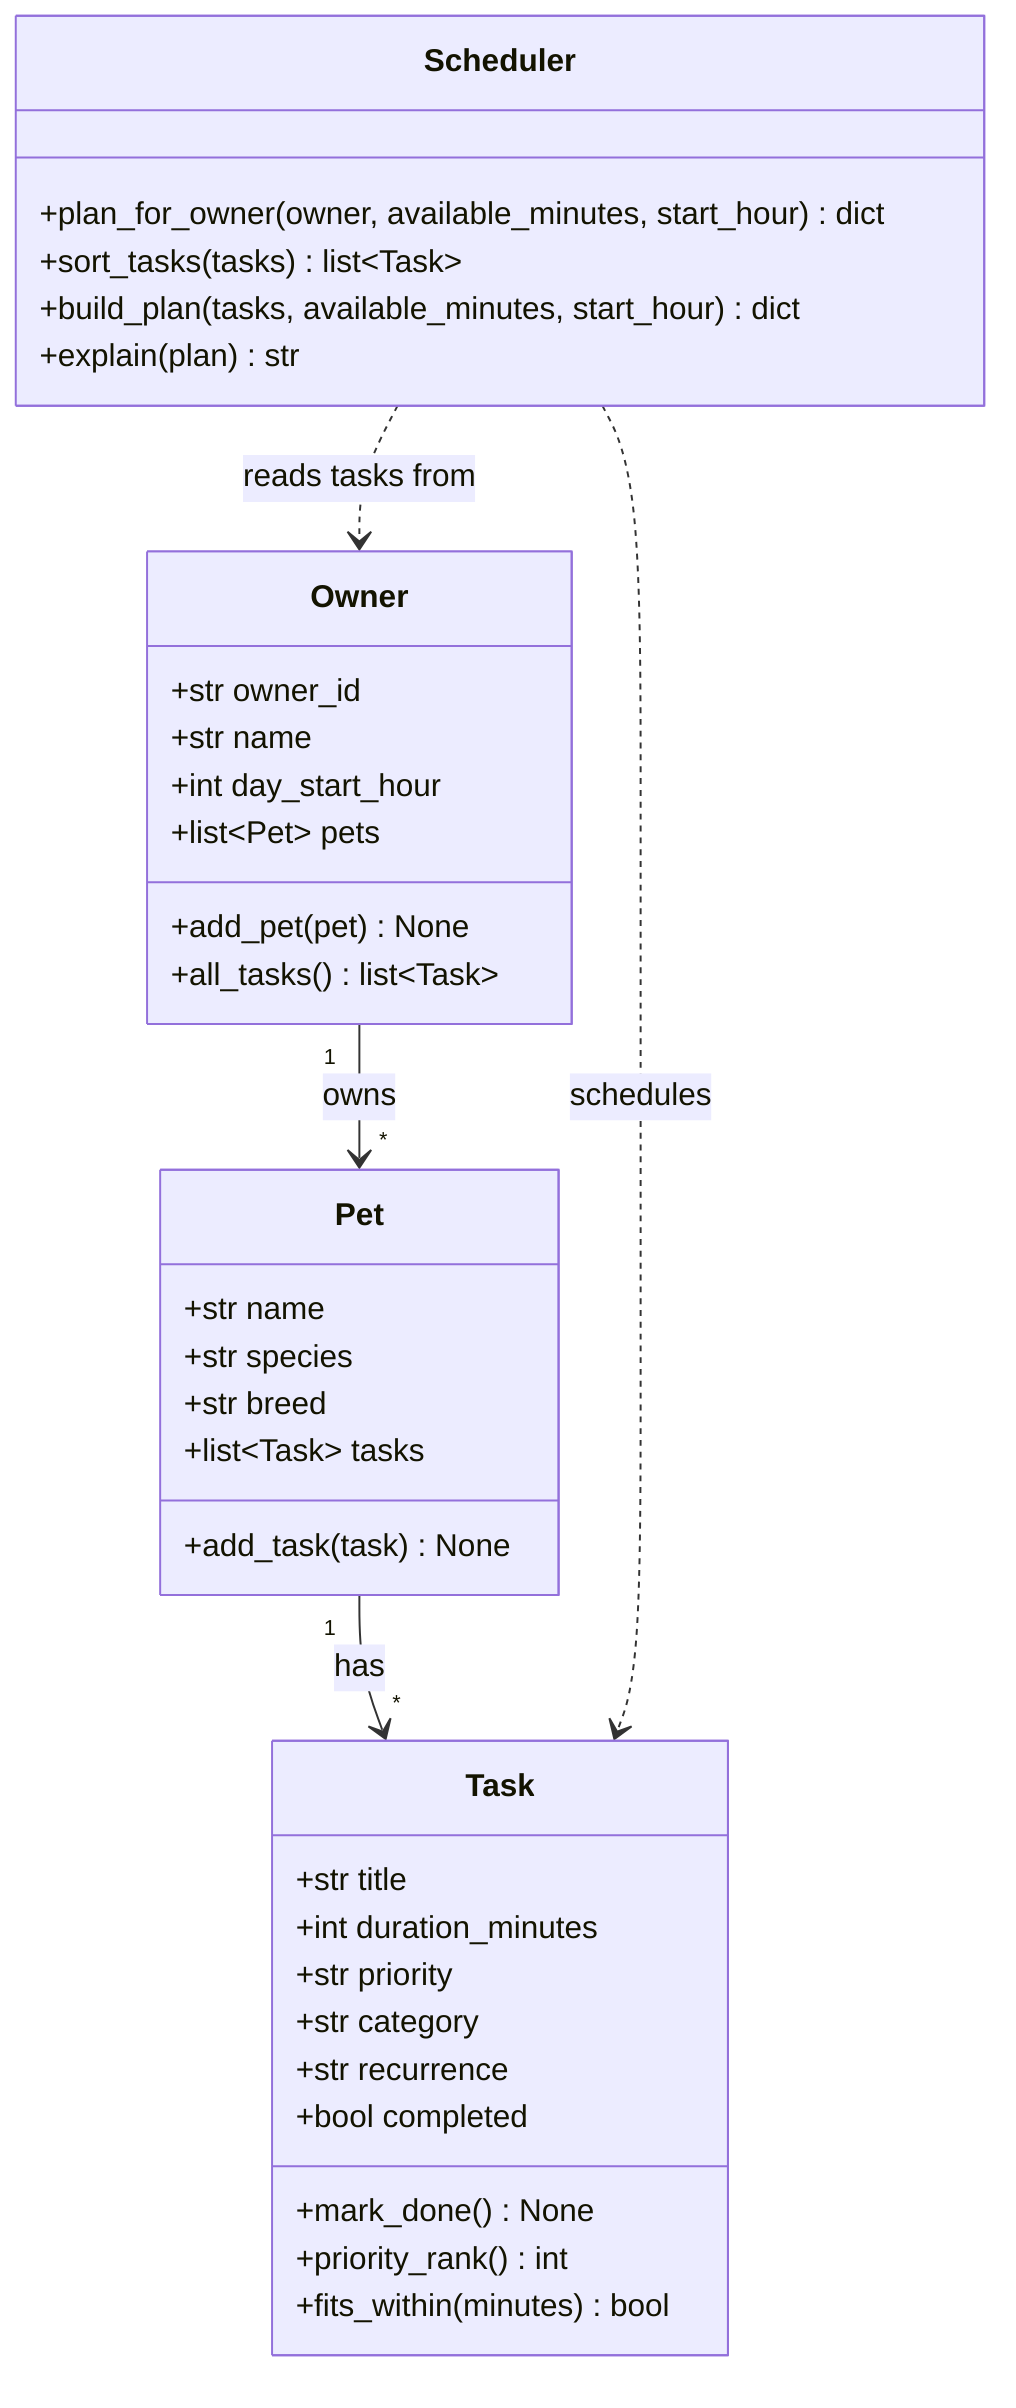
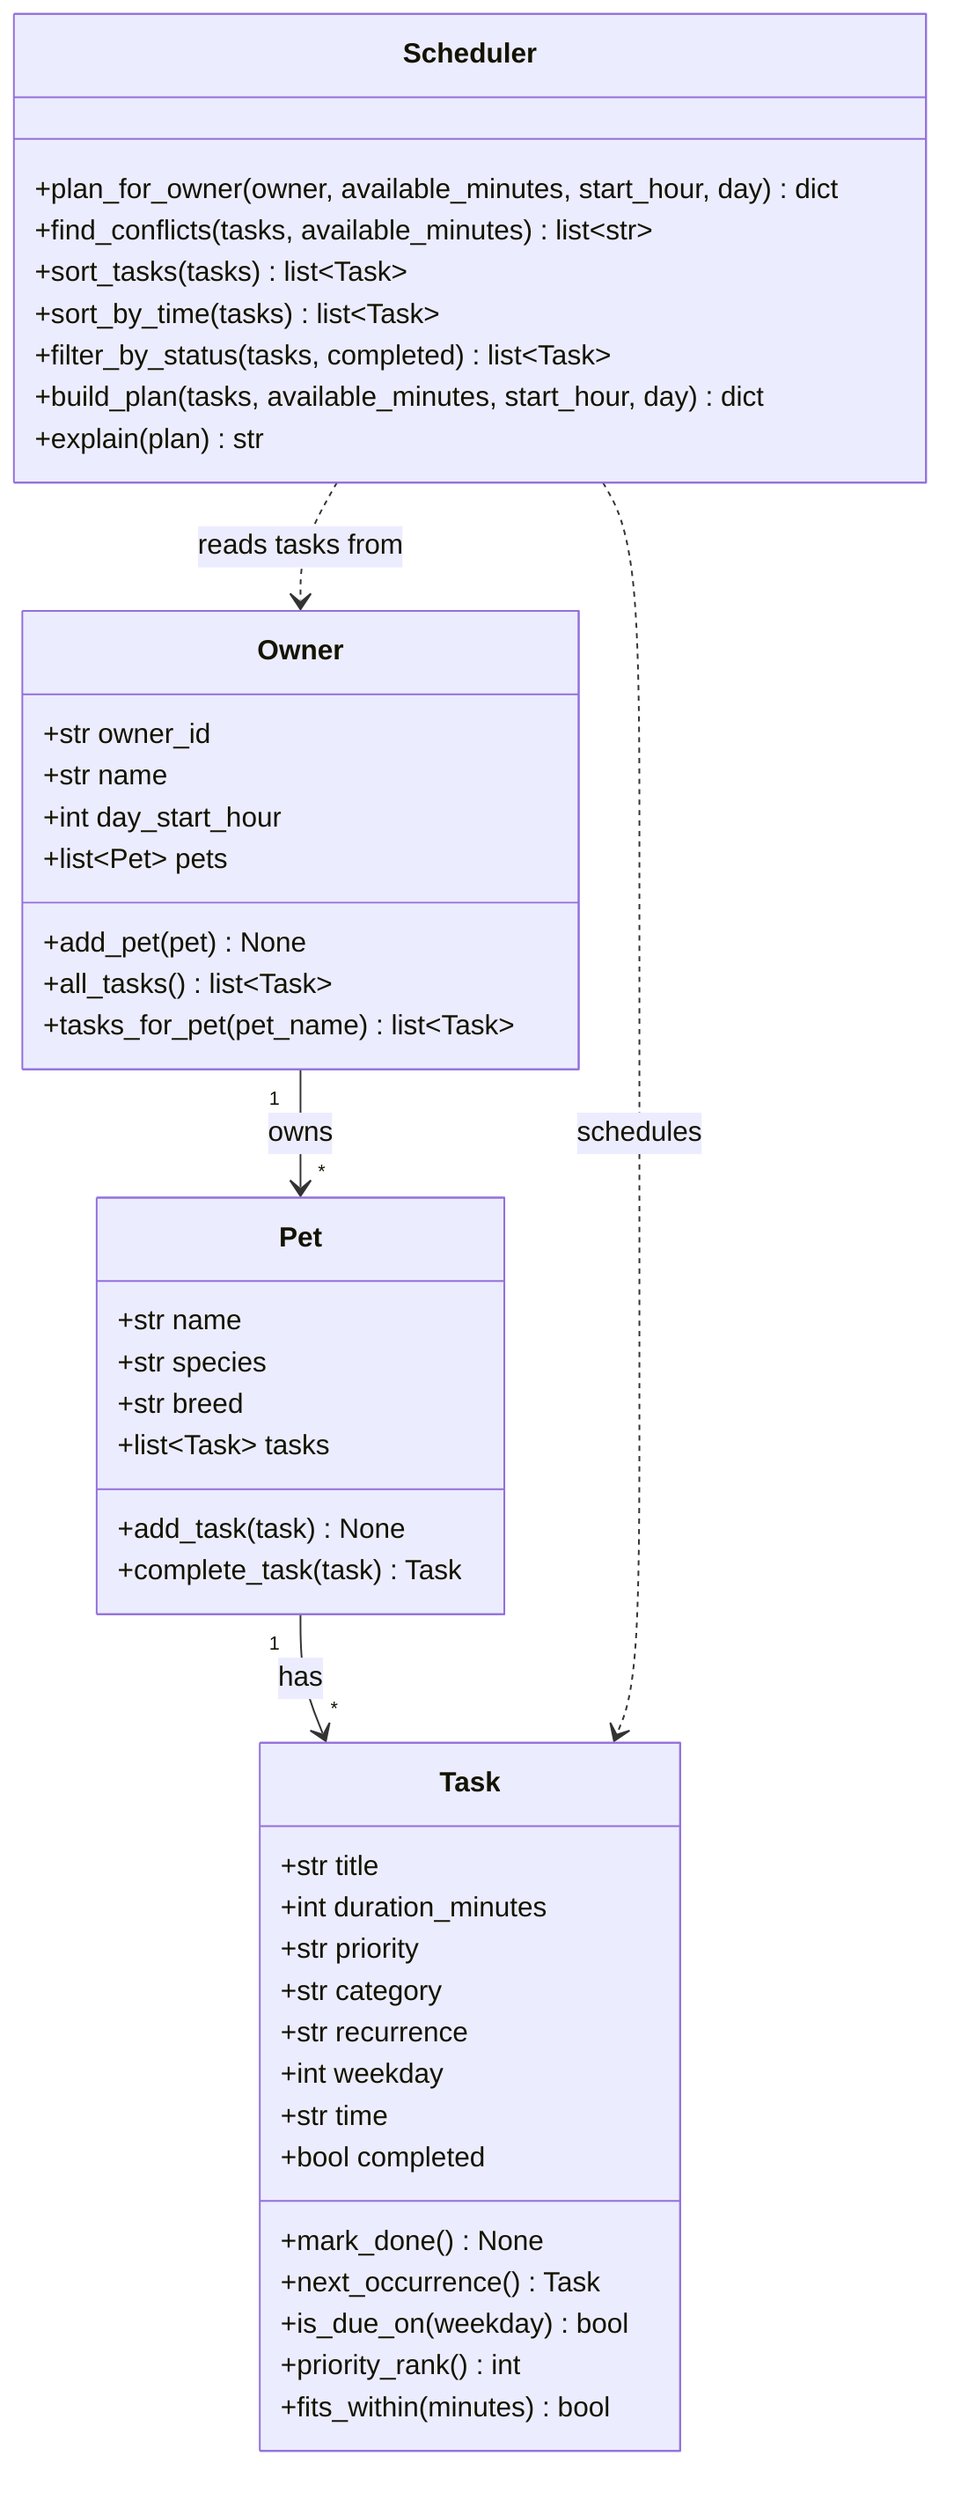
classDiagram
    %% PawPal+ — daily pet-care planner (matches pawpal/ implementation)
    %% Four core components: Owner, Pet, Task, Scheduler.

    class Owner {
        +str owner_id
        +str name
        +int day_start_hour
        +list~Pet~ pets
        +add_pet(pet) None
        +all_tasks() list~Task~
+         +tasks_for_pet(pet_name) list~Task~
    }

    class Pet {
        +str name
        +str species
        +str breed
        +list~Task~ tasks
        +add_task(task) None
+         +complete_task(task) Task
    }

    class Task {
        +str title
        +int duration_minutes
        +str priority
        +str category
        +str recurrence
+         +int weekday
+         +str time
        +bool completed
        +mark_done() None
+         +next_occurrence() Task
+         +is_due_on(weekday) bool
        +priority_rank() int
        +fits_within(minutes) bool
    }

    class Scheduler {
-         +plan_for_owner(owner, available_minutes, start_hour) dict
+         +plan_for_owner(owner, available_minutes, start_hour, day) dict
+         +find_conflicts(tasks, available_minutes) list~str~
        +sort_tasks(tasks) list~Task~
-         +build_plan(tasks, available_minutes, start_hour) dict
+         +sort_by_time(tasks) list~Task~
+         +filter_by_status(tasks, completed) list~Task~
+         +build_plan(tasks, available_minutes, start_hour, day) dict
        +explain(plan) str
    }

    Owner "1" --> "*" Pet : owns
    Pet "1" --> "*" Task : has
    Scheduler ..> Owner : reads tasks from
    Scheduler ..> Task : schedules
